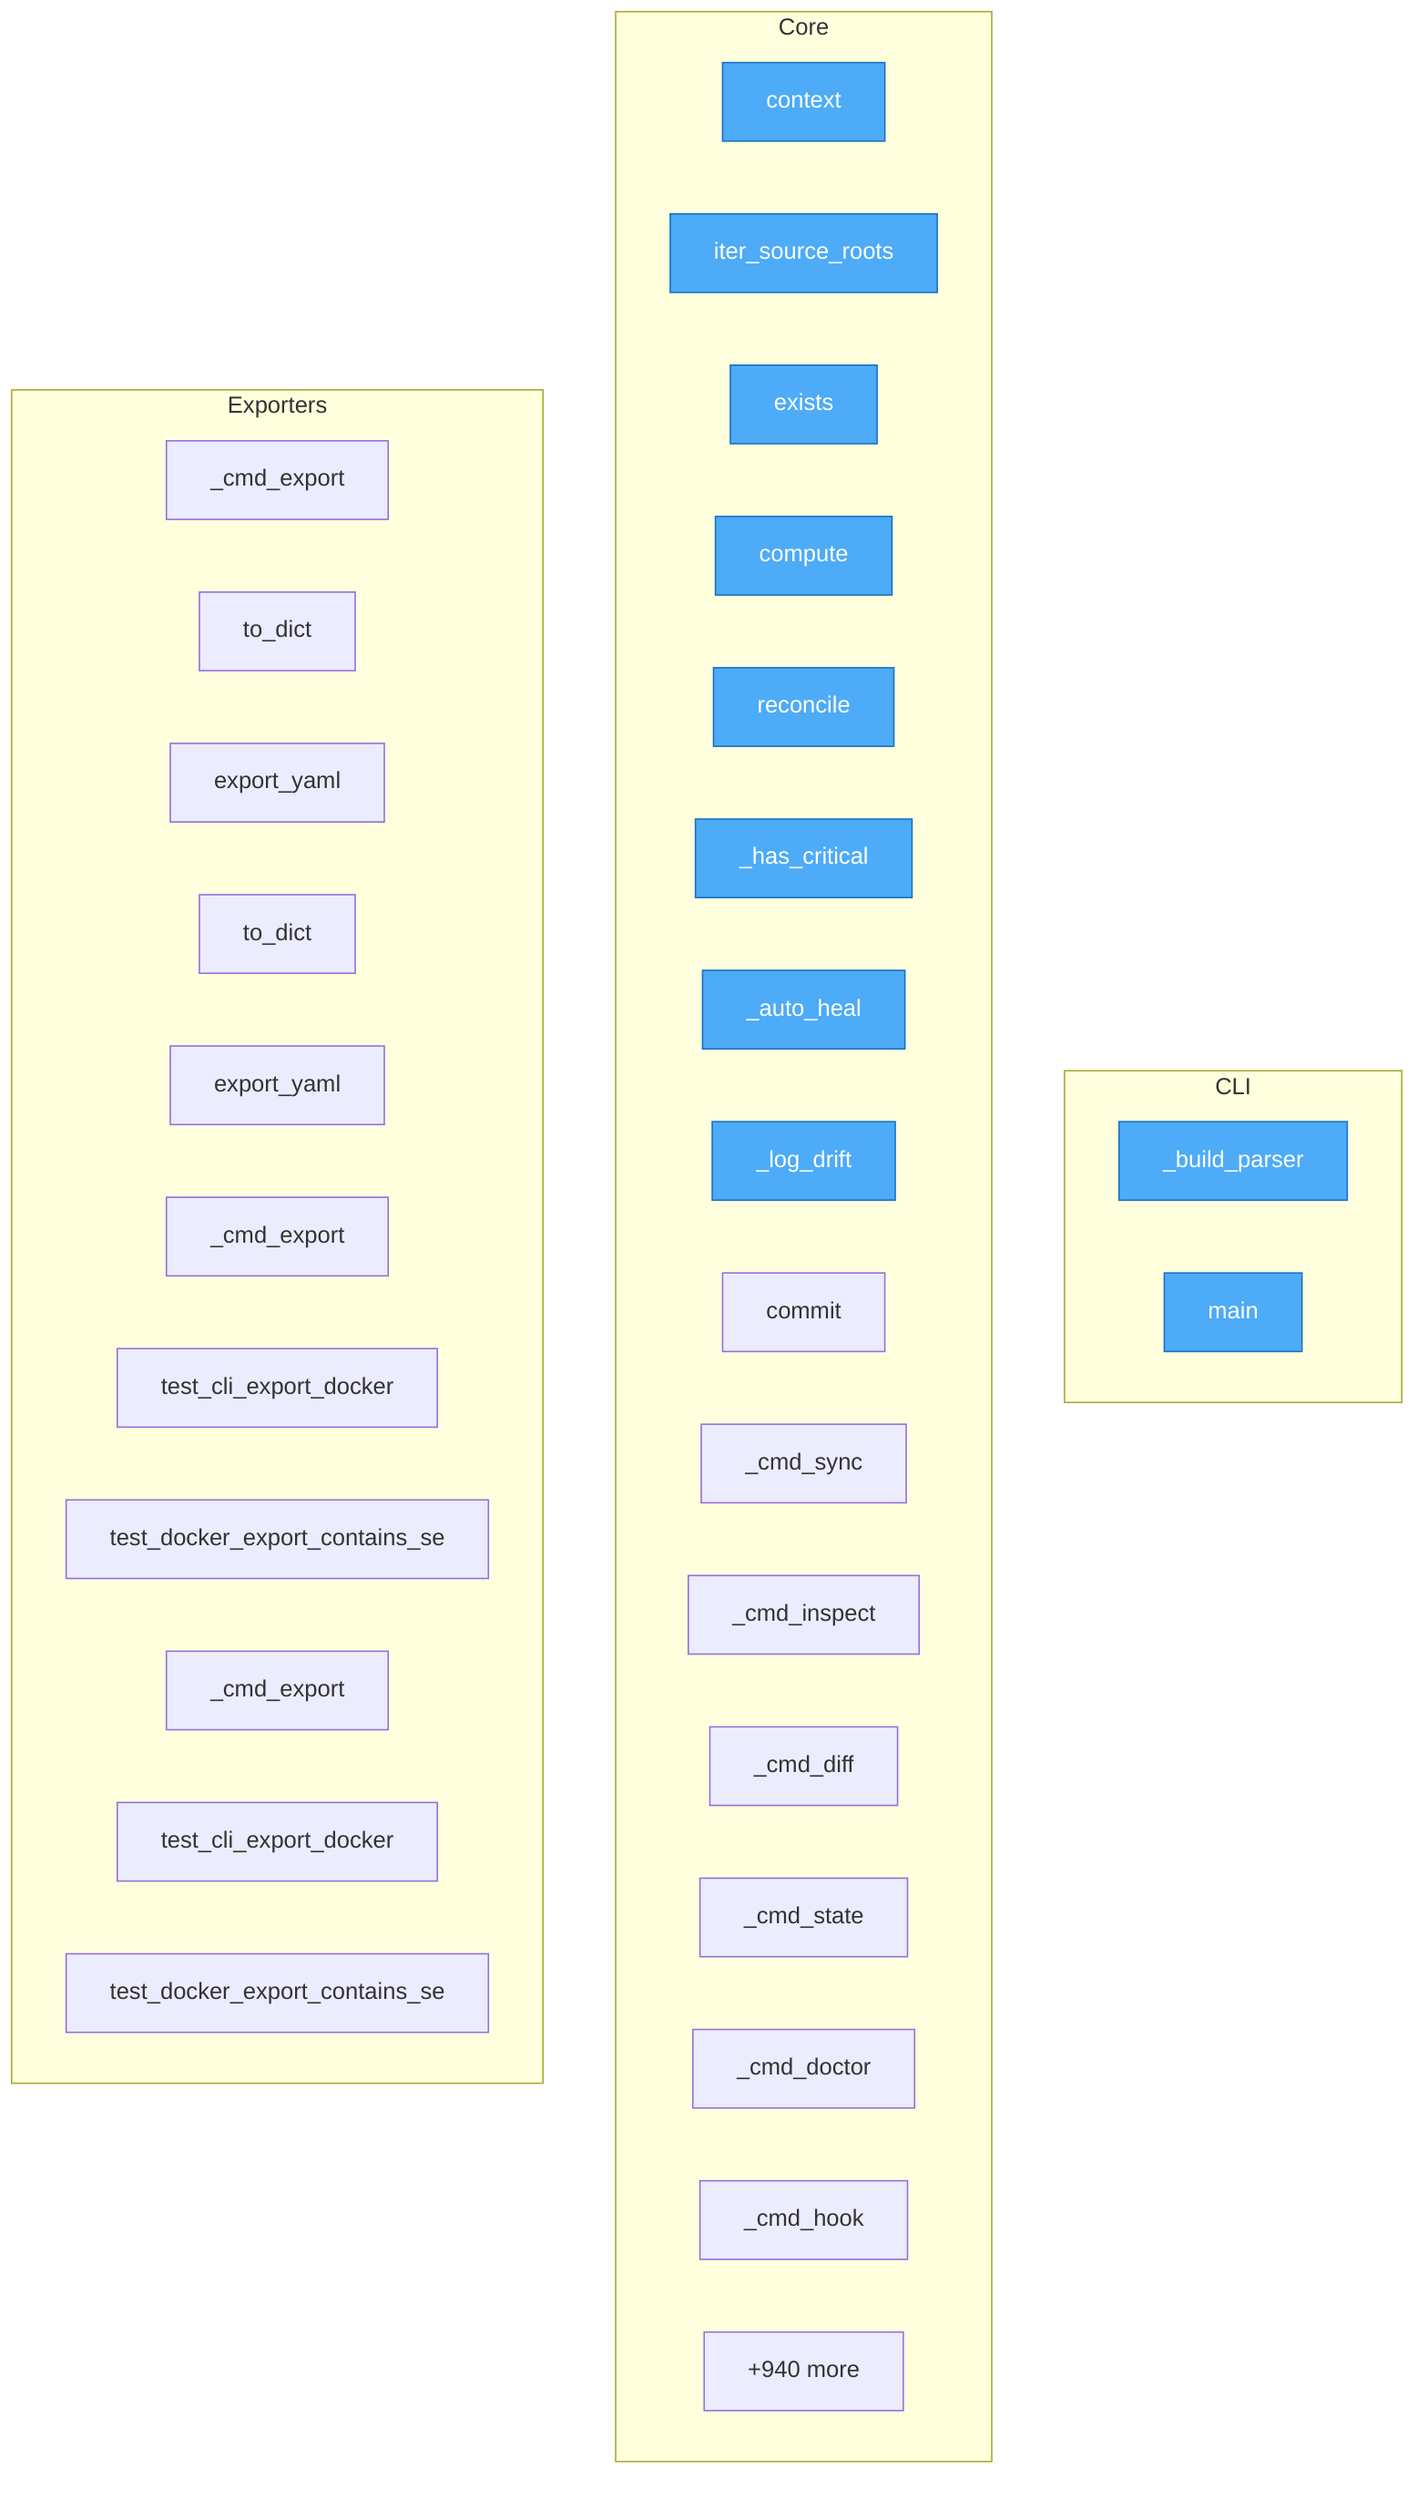
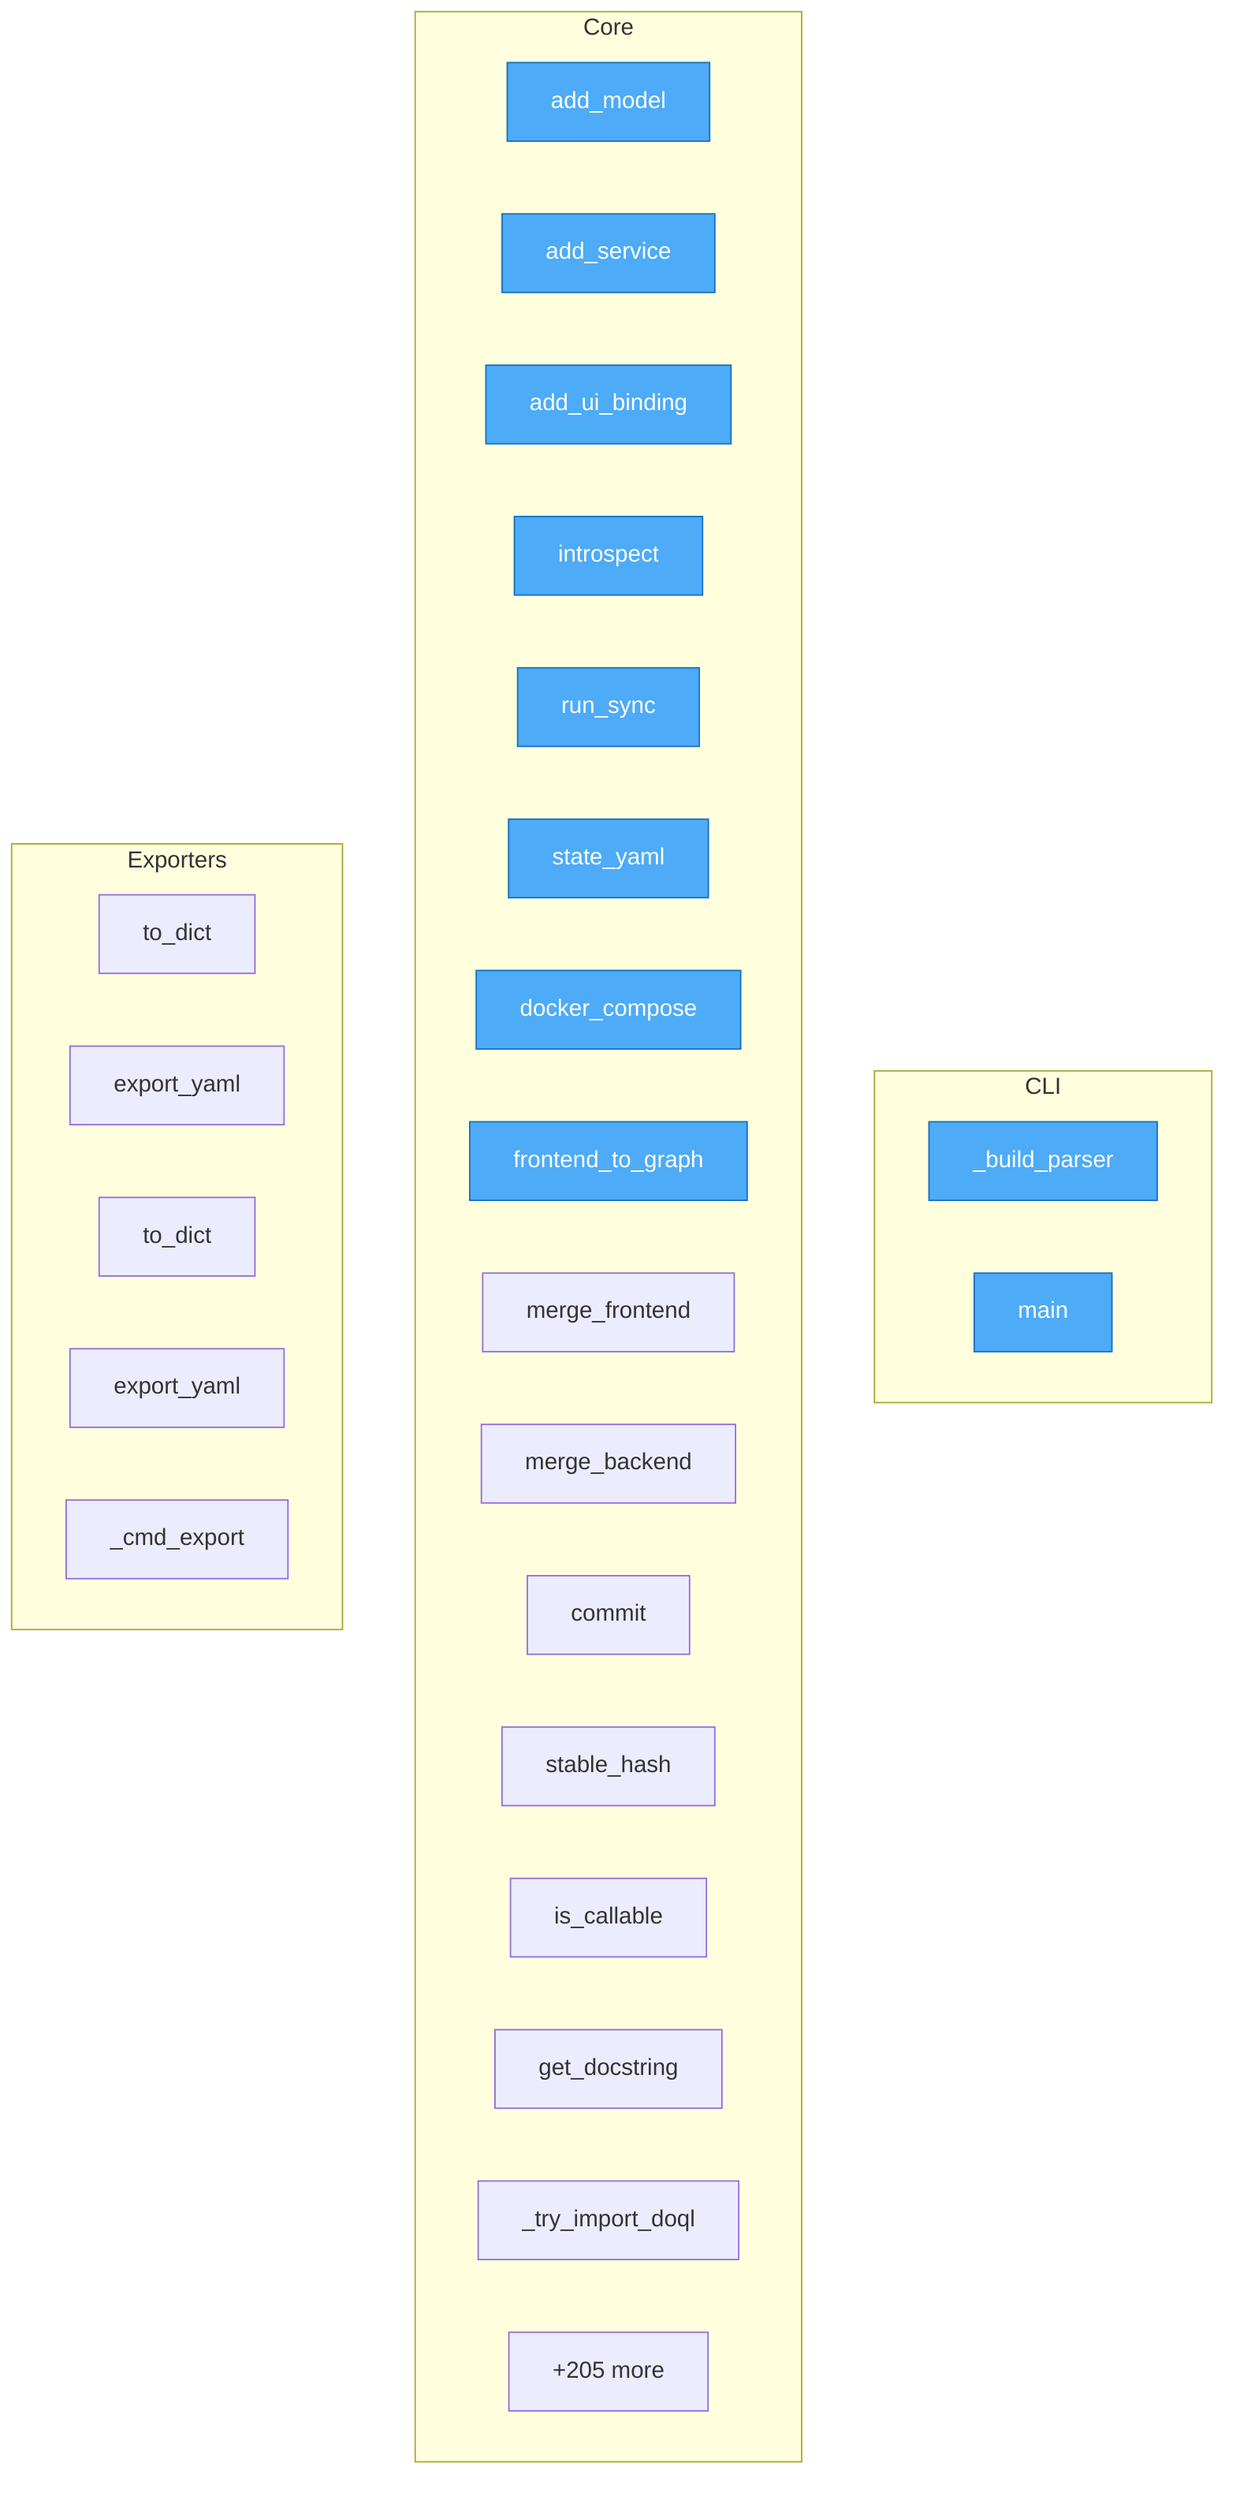
flowchart TD
+ %% generated in 0.01s

    %% Entry points (blue)
    classDef entry fill:#4dabf7,stroke:#1971c2,color:#fff

    subgraph CLI
        swop__cli___build_parser["_build_parser"]
        swop__cli__main["main"]
    end

    subgraph Core
-         swop__config__SwopConfig__context["context"]
-         swop__config__SwopConfig__iter_source_roots["iter_source_roots"]
-         swop__reconcile__Drift__exists["exists"]
-         swop__reconcile__DriftDetector__compute["compute"]
-         swop__reconcile__ResyncEngine__reconcile["reconcile"]
-         swop__reconcile__ResyncEngine___has_critical["_has_critical"]
-         swop__reconcile__ResyncEngine___auto_heal["_auto_heal"]
-         swop__reconcile__ResyncEngine___log_drift["_log_drift"]
+         swop__core__SwopRuntime__add_model["add_model"]
+         swop__core__SwopRuntime__add_service["add_service"]
+         swop__core__SwopRuntime__add_ui_binding["add_ui_binding"]
+         swop__core__SwopRuntime__introspect["introspect"]
+         swop__core__SwopRuntime__run_sync["run_sync"]
+         swop__core__SwopRuntime__state_yaml["state_yaml"]
+         swop__core__SwopRuntime__docker_compose["docker_compose"]
+         swop__sync__SyncEngine__frontend_to_graph["frontend_to_graph"]
+         swop__sync__SyncEngine__merge_frontend["merge_frontend"]
+         swop__sync__SyncEngine__merge_backend["merge_backend"]
        swop__versioning__Versioning__commit["commit"]
-         swop__commands___cmd_sync["_cmd_sync"]
-         swop__commands___cmd_inspect["_cmd_inspect"]
-         swop__commands___cmd_diff["_cmd_diff"]
-         swop__commands___cmd_state["_cmd_state"]
-         swop__commands___cmd_doctor["_cmd_doctor"]
-         swop__commands___cmd_hook["_cmd_hook"]
-         ...["+940 more"]
+         swop__utils__stable_hash["stable_hash"]
+         swop__utils__is_callable["is_callable"]
+         swop__utils__get_docstring["get_docstring"]
+         swop__markpact__doql_bridge__DoqlBridge___try_import_doql["_try_import_doql"]
+         ...["+205 more"]
    end

    subgraph Exporters
-         swop__commands___cmd_export["_cmd_export"]
+         swop__export__yaml__StateExporter__to_dict["to_dict"]
+         swop__export__yaml__StateExporter__export_yaml["export_yaml"]
        swop__export__docker__DockerExporter__to_dict["to_dict"]
        swop__export__docker__DockerExporter__export_yaml["export_yaml"]
-         swop__export__yaml__StateExporter__to_dict["to_dict"]
-         swop__export__yaml__StateExporter__export_yaml["export_yaml"]
-         SUMD___cmd_export["_cmd_export"]
-         SUMD__test_cli_export_docker["test_cli_export_docker"]
-         SUMD__test_docker_export_contains_services["test_docker_export_contains_se"]
-         project__map__toon___cmd_export["_cmd_export"]
-         project__map__toon__test_cli_export_docker["test_cli_export_docker"]
-         project__map__toon__test_docker_export_contains_services["test_docker_export_contains_se"]
+         swop__commands___cmd_export["_cmd_export"]
    end

-     class swop__config__SwopConfig__context,swop__config__SwopConfig__iter_source_roots,swop__reconcile__Drift__exists,swop__reconcile__DriftDetector__compute,swop__reconcile__ResyncEngine__reconcile,swop__reconcile__ResyncEngine___has_critical,swop__reconcile__ResyncEngine___auto_heal,swop__reconcile__ResyncEngine___log_drift,swop__cli___build_parser,swop__cli__main entry
+     class swop__core__SwopRuntime__add_model,swop__core__SwopRuntime__add_service,swop__core__SwopRuntime__add_ui_binding,swop__core__SwopRuntime__introspect,swop__core__SwopRuntime__run_sync,swop__core__SwopRuntime__state_yaml,swop__core__SwopRuntime__docker_compose,swop__cli___build_parser,swop__cli__main,swop__sync__SyncEngine__frontend_to_graph entry
